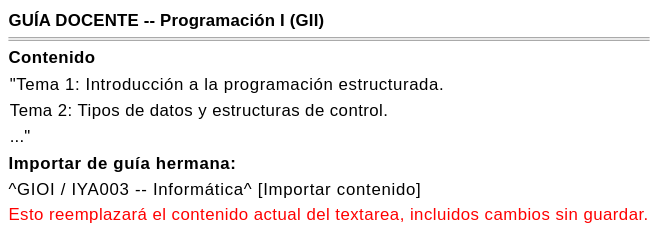
This is images/RUP/01-requisitos/03-detalle-casos-uso/importarContenidoDeGuiaHermana/wireframe.svg from mmasias/pyCeldaPublico, a PlantUML export, as it was before one commit.
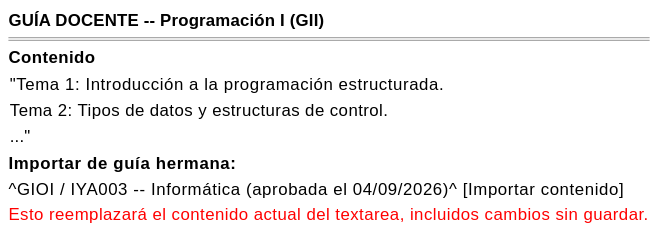
After the commit.

Diff of the diagram source:
```diff
@@ -9,7 +9,7 @@
         ..."
     }
     <b>Importar de guía hermana:</b>
-    ^GIOI / IYA003 -- Informática^  [Importar contenido]
+    ^GIOI / IYA003 -- Informática (aprobada el 04/09/2026)^  [Importar contenido]
     <color:red>Esto reemplazará el contenido actual del textarea, incluidos cambios sin guardar.</color>
 }
 @endsalt
```
